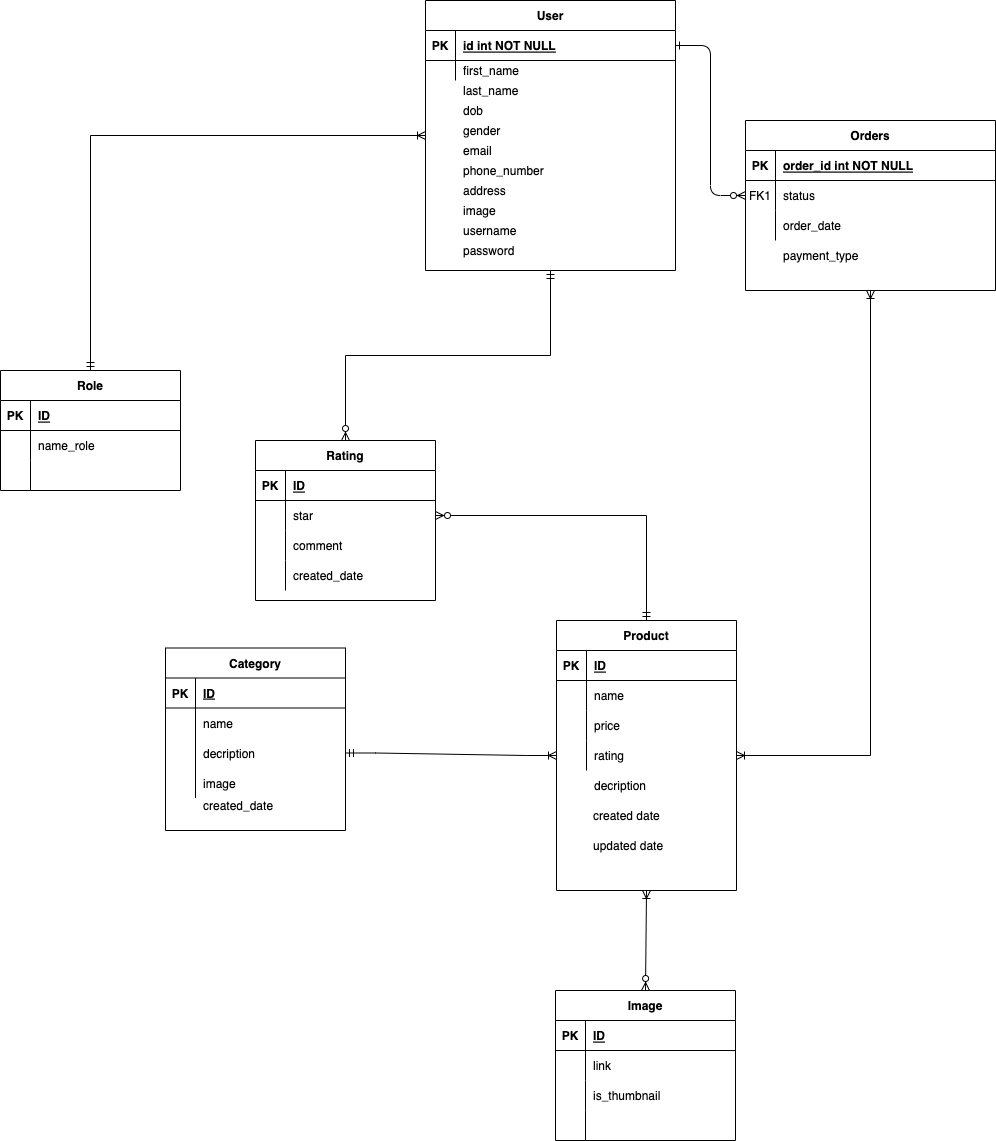
This is eCommerce.BackendApi/Data/Design/Conceptual.png from huy312100/rookie-ecomerce, a draw.io export, as it was before one commit. Source tidied: cells renumbered, new cells last; positions are measured from the earlier drawing's top-left corner, leaving out a move shared by most shapes.
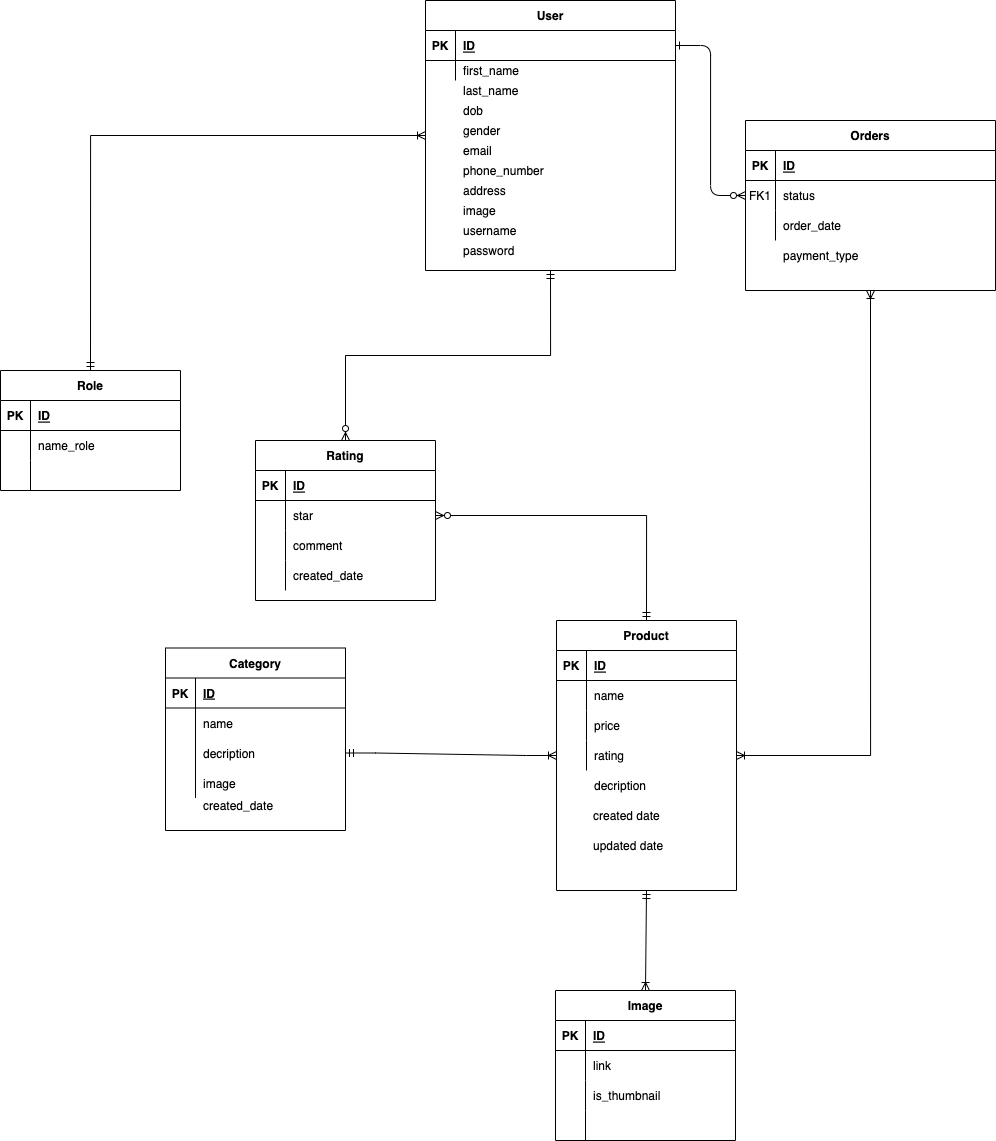
Later version of the same file.

The edit, as a diff of the source:
```diff
@@ -14,7 +14,7 @@
     <mxCell id="5" value="PK" style="shape=partialRectangle;overflow=hidden;fillColor=none;top=0;left=0;bottom=0;right=0;fontStyle=1;" parent="4" vertex="1">
       <mxGeometry width="30" height="30" as="geometry" />
     </mxCell>
-    <mxCell id="6" value="order_id int NOT NULL " style="shape=partialRectangle;overflow=hidden;fillColor=none;top=0;left=0;bottom=0;right=0;align=left;spacingLeft=6;fontStyle=5;" parent="4" vertex="1">
+    <mxCell id="6" value="ID" style="shape=partialRectangle;overflow=hidden;fillColor=none;top=0;left=0;bottom=0;right=0;align=left;spacingLeft=6;fontStyle=5;" parent="4" vertex="1">
       <mxGeometry x="30" width="220" height="30" as="geometry" />
     </mxCell>
     <mxCell id="7" style="shape=partialRectangle;fillColor=none;points=[[0,0.5],[1,0.5]];portConstraint=eastwest;top=0;left=0;right=0;bottom=0;" parent="3" vertex="1">
@@ -44,7 +44,7 @@
     <mxCell id="15" value="PK" style="shape=partialRectangle;overflow=hidden;fillColor=none;top=0;left=0;bottom=0;right=0;fontStyle=1;" parent="14" vertex="1">
       <mxGeometry width="30" height="30" as="geometry" />
     </mxCell>
-    <mxCell id="16" value="id int NOT NULL " style="shape=partialRectangle;overflow=hidden;fillColor=none;top=0;left=0;bottom=0;right=0;align=left;spacingLeft=6;fontStyle=5;" parent="14" vertex="1">
+    <mxCell id="16" value="ID" style="shape=partialRectangle;overflow=hidden;fillColor=none;top=0;left=0;bottom=0;right=0;align=left;spacingLeft=6;fontStyle=5;" parent="14" vertex="1">
       <mxGeometry x="30" width="220" height="30" as="geometry" />
     </mxCell>
     <mxCell id="17" style="shape=partialRectangle;fillColor=none;top=0;left=0;right=0;bottom=0;" parent="13" vertex="1">
@@ -317,9 +317,6 @@
     <mxCell id="106" value="image" style="shape=partialRectangle;overflow=hidden;fillColor=none;top=0;left=0;bottom=0;right=0;align=left;spacingLeft=6;" parent="1" vertex="1">
       <mxGeometry x="455" y="200" width="220" height="20" as="geometry" />
     </mxCell>
-    <mxCell id="107" style="fontSize=12;html=1;endArrow=ERoneToMany;startArrow=ERzeroToMany;rounded=0;exitX=0.5;exitY=0;exitDx=0;exitDy=0;entryX=0.5;entryY=1;entryDx=0;entryDy=0;" parent="1" edge="1" source="93" target="36">
-      <mxGeometry relative="1" as="geometry" />
-    </mxCell>
     <mxCell id="108" value="username" style="shape=partialRectangle;overflow=hidden;fillColor=none;top=0;left=0;bottom=0;right=0;align=left;spacingLeft=6;" parent="1" vertex="1">
       <mxGeometry x="455" y="220" width="220" height="20" as="geometry" />
     </mxCell>
@@ -332,5 +329,8 @@
     <mxCell id="111" style="edgeStyle=orthogonalEdgeStyle;fontSize=12;html=1;endArrow=ERzeroToMany;startArrow=ERmandOne;rounded=0;entryX=0.5;entryY=0;entryDx=0;entryDy=0;exitX=0.5;exitY=1;exitDx=0;exitDy=0;" parent="1" edge="1" source="13" target="65">
       <mxGeometry relative="1" as="geometry" />
     </mxCell>
+    <mxCell id="112" style="fontSize=12;html=1;endArrow=ERoneToMany;startArrow=ERmandOne;rounded=0;entryX=0.5;entryY=0;entryDx=0;entryDy=0;exitX=0.5;exitY=1;exitDx=0;exitDy=0;" parent="1" edge="1" source="36" target="93">
+      <mxGeometry relative="1" as="geometry" />
+    </mxCell>
   </root>
 </mxGraphModel>
```
